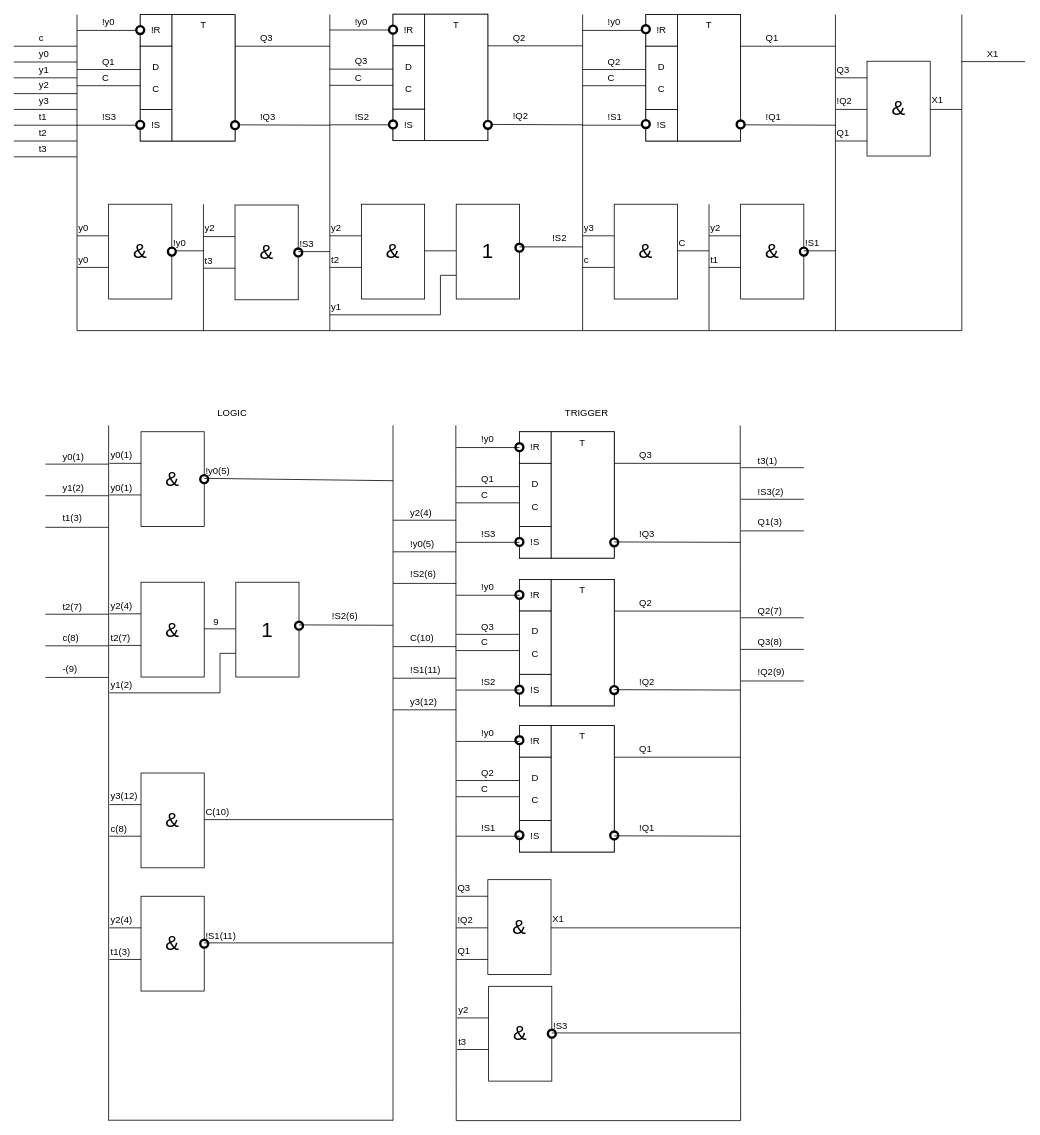
The draw.io diagram d_based_register.drawio in nayutalienx/digital_circuits, before the edit. Source tidied: cells renumbered, new cells numbered last; positions are measured from the earlier drawing's top-left corner, leaving out a move shared by most shapes. Both pictures are drawn from the tidied source at 79%, with x=0, y=0 at pixel (13, 14).
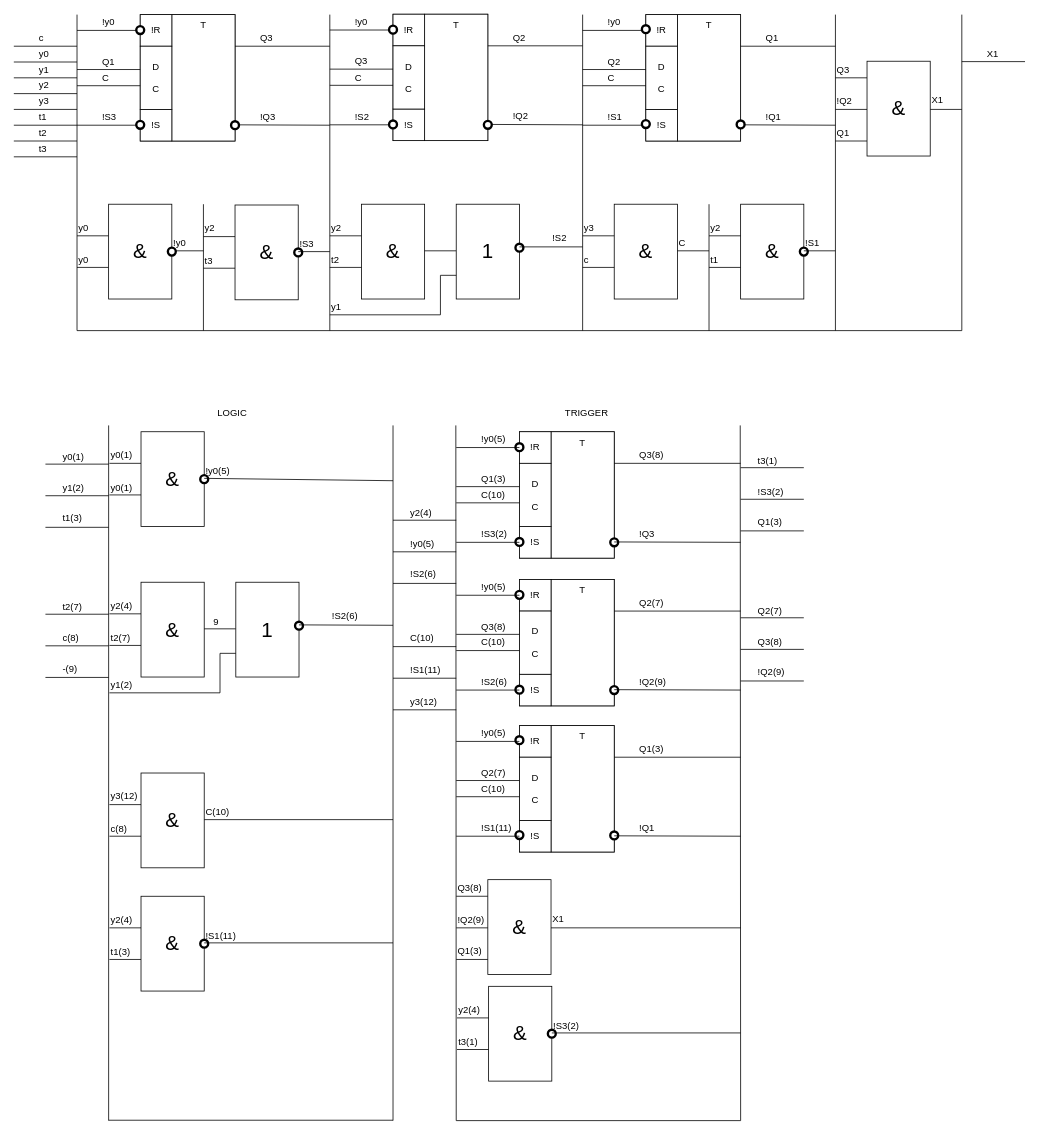
The same diagram, later.

Change to the diagram source:
```diff
@@
-    <mxCell id="206" value="!y0" style="text;html=1;align=left;verticalAlign=top;spacingTop=-4;" parent="1" vertex="1">
-      <mxGeometry x="590" y="528" width="30" height="20" as="geometry" />
+    <mxCell id="206" value="!y0(5)" style="text;html=1;align=left;verticalAlign=top;spacingTop=-4;" parent="1" vertex="1">
+      <mxGeometry x="590" y="528" width="50" height="20" as="geometry" />
     </mxCell>
-    <mxCell id="207" value="Q1" style="text;html=1;align=left;verticalAlign=top;spacingTop=-4;" parent="1" vertex="1">
-      <mxGeometry x="590" y="577.5" width="30" height="20" as="geometry" />
+    <mxCell id="207" value="Q1(3)" style="text;html=1;align=left;verticalAlign=top;spacingTop=-4;" parent="1" vertex="1">
+      <mxGeometry x="590" y="577.5" width="50" height="20" as="geometry" />
     </mxCell>
-    <mxCell id="208" value="C" style="text;html=1;align=left;verticalAlign=top;spacingTop=-4;" parent="1" vertex="1">
-      <mxGeometry x="590" y="598" width="20" height="20" as="geometry" />
+    <mxCell id="208" value="C(10)" style="text;html=1;align=left;verticalAlign=top;spacingTop=-4;" parent="1" vertex="1">
+      <mxGeometry x="590" y="598" width="50" height="20" as="geometry" />
     </mxCell>
-    <mxCell id="209" value="!S3" style="text;html=1;align=left;verticalAlign=top;spacingTop=-4;" parent="1" vertex="1">
-      <mxGeometry x="590" y="648" width="30" height="20" as="geometry" />
+    <mxCell id="209" value="!S3(2)" style="text;html=1;align=left;verticalAlign=top;spacingTop=-4;" parent="1" vertex="1">
+      <mxGeometry x="590" y="648" width="50" height="20" as="geometry" />
     </mxCell>
-    <mxCell id="210" value="Q3" style="text;html=1;align=left;verticalAlign=top;spacingTop=-4;" parent="1" vertex="1">
-      <mxGeometry x="790" y="548" width="30" height="20" as="geometry" />
+    <mxCell id="210" value="Q3(8)" style="text;html=1;align=left;verticalAlign=top;spacingTop=-4;" parent="1" vertex="1">
+      <mxGeometry x="790" y="548" width="50" height="20" as="geometry" />
     </mxCell>
@@
-    <mxCell id="226" value="!y0" style="text;html=1;align=left;verticalAlign=top;spacingTop=-4;" parent="1" vertex="1">
-      <mxGeometry x="590" y="715" width="30" height="20" as="geometry" />
+    <mxCell id="226" value="!y0(5)" style="text;html=1;align=left;verticalAlign=top;spacingTop=-4;" parent="1" vertex="1">
+      <mxGeometry x="590" y="715" width="50" height="20" as="geometry" />
     </mxCell>
-    <mxCell id="227" value="Q3" style="text;html=1;align=left;verticalAlign=top;spacingTop=-4;" parent="1" vertex="1">
-      <mxGeometry x="590" y="764.5" width="30" height="20" as="geometry" />
+    <mxCell id="227" value="Q3(8)" style="text;html=1;align=left;verticalAlign=top;spacingTop=-4;" parent="1" vertex="1">
+      <mxGeometry x="590" y="764.5" width="50" height="20" as="geometry" />
     </mxCell>
-    <mxCell id="228" value="C" style="text;html=1;align=left;verticalAlign=top;spacingTop=-4;" parent="1" vertex="1">
-      <mxGeometry x="590" y="785" width="20" height="20" as="geometry" />
+    <mxCell id="228" value="C(10)" style="text;html=1;align=left;verticalAlign=top;spacingTop=-4;" parent="1" vertex="1">
+      <mxGeometry x="590" y="785" width="50" height="20" as="geometry" />
     </mxCell>
-    <mxCell id="229" value="!S2" style="text;html=1;align=left;verticalAlign=top;spacingTop=-4;" parent="1" vertex="1">
-      <mxGeometry x="590" y="835" width="30" height="20" as="geometry" />
+    <mxCell id="229" value="!S2(6)" style="text;html=1;align=left;verticalAlign=top;spacingTop=-4;" parent="1" vertex="1">
+      <mxGeometry x="590" y="835" width="50" height="20" as="geometry" />
     </mxCell>
-    <mxCell id="230" value="Q2" style="text;html=1;align=left;verticalAlign=top;spacingTop=-4;" parent="1" vertex="1">
-      <mxGeometry x="790" y="735" width="30" height="20" as="geometry" />
+    <mxCell id="230" value="Q2(7)" style="text;html=1;align=left;verticalAlign=top;spacingTop=-4;" parent="1" vertex="1">
+      <mxGeometry x="790" y="735" width="50" height="20" as="geometry" />
     </mxCell>
-    <mxCell id="231" value="!Q2" style="text;html=1;align=left;verticalAlign=top;spacingTop=-4;" parent="1" vertex="1">
-      <mxGeometry x="790" y="834.5" width="30" height="20" as="geometry" />
+    <mxCell id="231" value="!Q2(9)" style="text;html=1;align=left;verticalAlign=top;spacingTop=-4;" parent="1" vertex="1">
+      <mxGeometry x="790" y="834.5" width="50" height="20" as="geometry" />
     </mxCell>
@@
-    <mxCell id="246" value="!y0" style="text;html=1;align=left;verticalAlign=top;spacingTop=-4;" parent="1" vertex="1">
-      <mxGeometry x="590" y="900" width="30" height="20" as="geometry" />
+    <mxCell id="246" value="!y0(5)" style="text;html=1;align=left;verticalAlign=top;spacingTop=-4;" parent="1" vertex="1">
+      <mxGeometry x="590" y="900" width="50" height="20" as="geometry" />
     </mxCell>
-    <mxCell id="247" value="Q2" style="text;html=1;align=left;verticalAlign=top;spacingTop=-4;" parent="1" vertex="1">
-      <mxGeometry x="590" y="949.5" width="30" height="20" as="geometry" />
+    <mxCell id="247" value="Q2(7)" style="text;html=1;align=left;verticalAlign=top;spacingTop=-4;" parent="1" vertex="1">
+      <mxGeometry x="590" y="949.5" width="50" height="20" as="geometry" />
     </mxCell>
-    <mxCell id="248" value="C" style="text;html=1;align=left;verticalAlign=top;spacingTop=-4;" parent="1" vertex="1">
-      <mxGeometry x="590" y="970" width="20" height="20" as="geometry" />
+    <mxCell id="248" value="C(10)" style="text;html=1;align=left;verticalAlign=top;spacingTop=-4;" parent="1" vertex="1">
+      <mxGeometry x="590" y="970" width="50" height="20" as="geometry" />
     </mxCell>
-    <mxCell id="249" value="!S1" style="text;html=1;align=left;verticalAlign=top;spacingTop=-4;" parent="1" vertex="1">
-      <mxGeometry x="590" y="1020" width="30" height="20" as="geometry" />
+    <mxCell id="249" value="!S1(11)" style="text;html=1;align=left;verticalAlign=top;spacingTop=-4;" parent="1" vertex="1">
+      <mxGeometry x="590" y="1020" width="50" height="20" as="geometry" />
     </mxCell>
-    <mxCell id="250" value="Q1" style="text;html=1;align=left;verticalAlign=top;spacingTop=-4;" parent="1" vertex="1">
-      <mxGeometry x="790" y="920" width="30" height="20" as="geometry" />
+    <mxCell id="250" value="Q1(3)" style="text;html=1;align=left;verticalAlign=top;spacingTop=-4;" parent="1" vertex="1">
+      <mxGeometry x="790" y="920" width="50" height="20" as="geometry" />
     </mxCell>
@@
-    <mxCell id="263" value="Q1" style="text;html=1;align=left;verticalAlign=top;spacingTop=-4;" parent="1" vertex="1">
-      <mxGeometry x="560" y="1176" width="30" height="20" as="geometry" />
+    <mxCell id="263" value="Q1(3)" style="text;html=1;align=left;verticalAlign=top;spacingTop=-4;" parent="1" vertex="1">
+      <mxGeometry x="560" y="1176" width="50" height="20" as="geometry" />
     </mxCell>
@@
-    <mxCell id="265" value="!Q2" style="text;html=1;align=left;verticalAlign=top;spacingTop=-4;" parent="1" vertex="1">
-      <mxGeometry x="560" y="1136" width="30" height="20" as="geometry" />
+    <mxCell id="265" value="!Q2(9)" style="text;html=1;align=left;verticalAlign=top;spacingTop=-4;" parent="1" vertex="1">
+      <mxGeometry x="560" y="1136" width="50" height="20" as="geometry" />
     </mxCell>
@@
-    <mxCell id="267" value="Q3" style="text;html=1;align=left;verticalAlign=top;spacingTop=-4;" parent="1" vertex="1">
-      <mxGeometry x="560" y="1096" width="30" height="20" as="geometry" />
+    <mxCell id="267" value="Q3(8)" style="text;html=1;align=left;verticalAlign=top;spacingTop=-4;" parent="1" vertex="1">
+      <mxGeometry x="560" y="1096" width="50" height="20" as="geometry" />
     </mxCell>
@@
-    <mxCell id="279" value="!S3" style="text;html=1;align=left;verticalAlign=top;spacingTop=-4;" parent="1" vertex="1">
-      <mxGeometry x="681" y="1270" width="30" height="20" as="geometry" />
+    <mxCell id="279" value="!S3(2)" style="text;html=1;align=left;verticalAlign=top;spacingTop=-4;" parent="1" vertex="1">
+      <mxGeometry x="681" y="1270" width="50" height="20" as="geometry" />
     </mxCell>
@@
-    <mxCell id="281" value="t3" style="text;html=1;align=left;verticalAlign=top;spacingTop=-4;" parent="1" vertex="1">
-      <mxGeometry x="561" y="1291" width="30" height="20" as="geometry" />
+    <mxCell id="281" value="t3(1)" style="text;html=1;align=left;verticalAlign=top;spacingTop=-4;" parent="1" vertex="1">
+      <mxGeometry x="561" y="1291" width="40" height="20" as="geometry" />
     </mxCell>
@@
-    <mxCell id="283" value="y2" style="text;html=1;align=left;verticalAlign=top;spacingTop=-4;" parent="1" vertex="1">
-      <mxGeometry x="561" y="1250" width="30" height="20" as="geometry" />
+    <mxCell id="283" value="y2(4)" style="text;html=1;align=left;verticalAlign=top;spacingTop=-4;" parent="1" vertex="1">
+      <mxGeometry x="561" y="1250" width="40" height="20" as="geometry" />
     </mxCell>
```
